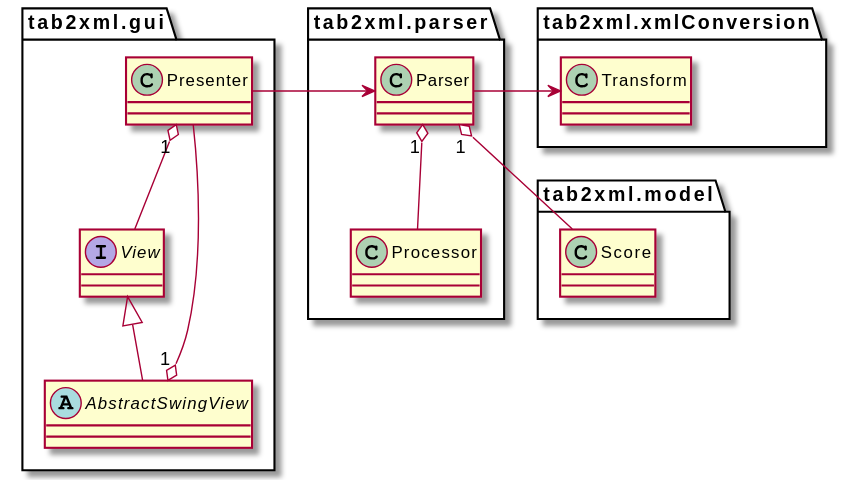
Above: Documentation/Diagrams/full-system-diagram.svg in ahopk127/eecs2311-tab2xml (PlantUML), before the change. The source it was exported from:
```plantuml
@startuml
package tab2xml.gui {
  interface View {}
  abstract class AbstractSwingView {}
  class Presenter {}

  Presenter "1" o-- View
  View <|-- AbstractSwingView
  AbstractSwingView "1" o-- Presenter
}

package tab2xml.model {
  class Score {}
}

package tab2xml.parser {
  class Parser {}
  class Processor {}
}

package tab2xml.xmlConversion {
  class Transform {}
}

Parser "1" o-- Score
Parser "1" o-- Processor
Presenter -> Parser
Parser -> Transform
@enduml
```
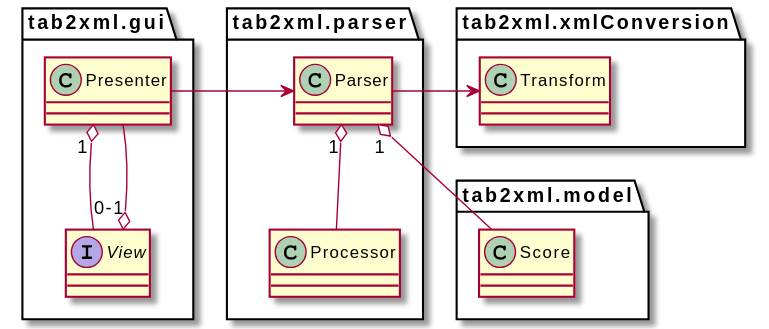
Above is the later version.

The edit, as a diff of the source:
```diff
@@ -1,12 +1,10 @@
 @startuml
 package tab2xml.gui {
   interface View {}
-  abstract class AbstractSwingView {}
   class Presenter {}
 
   Presenter "1" o-- View
-  View <|-- AbstractSwingView
-  AbstractSwingView "1" o-- Presenter
+  View "0-1" o-- Presenter
 }
 
 package tab2xml.model {
```
